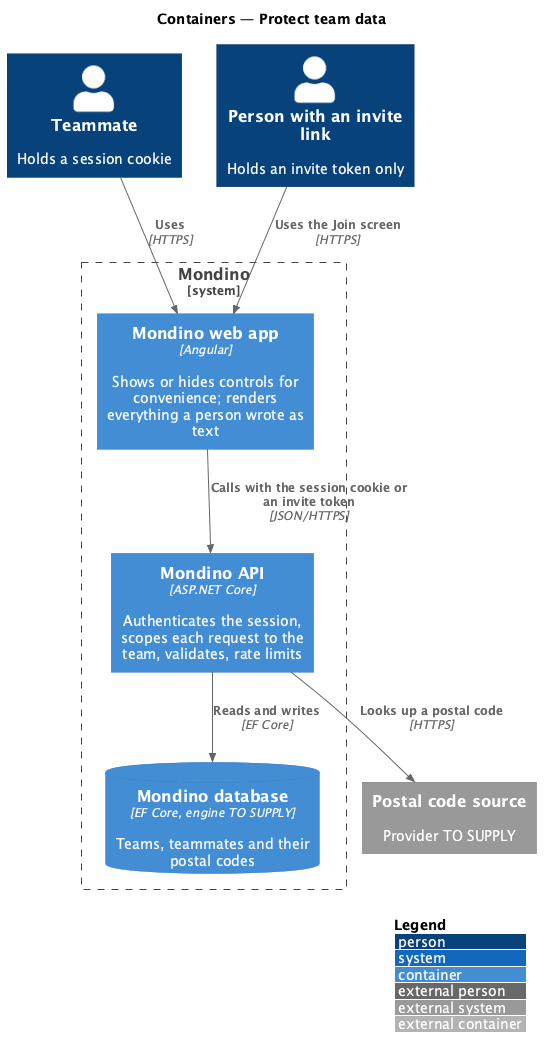
Before: docs/detailed-designs/platform/protect-team-data/diagrams/c4-container.png, a diagram exported from PlantUML (QuinntyneBrown/Mondino). Source of this version:
```plantuml
@startuml
!include <C4/C4_Container>
LAYOUT_WITH_LEGEND()
title Containers — Protect team data

Person(teammate, "Teammate", "Holds a session cookie")
Person(visitor, "Person with an invite link", "Holds an invite token only")

System_Boundary(mondino, "Mondino") {
  Container(spa, "Mondino web app", "Angular", "Shows or hides controls for convenience; renders everything a person wrote as text")
  Container(api, "Mondino API", "ASP.NET Core", "Authenticates the session, scopes each request to the team, validates, rate limits")
  ContainerDb(db, "Mondino database", "EF Core, engine TO SUPPLY", "Teams, teammates and their postal codes")
}

System_Ext(postal, "Postal code source", "Provider TO SUPPLY")
Rel(teammate, spa, "Uses", "HTTPS")
Rel(visitor, spa, "Uses the Join screen", "HTTPS")
Rel(spa, api, "Calls with the session cookie or an invite token", "JSON/HTTPS")
Rel(api, db, "Reads and writes", "EF Core")
Rel(api, postal, "Looks up a postal code", "HTTPS")
@enduml
```
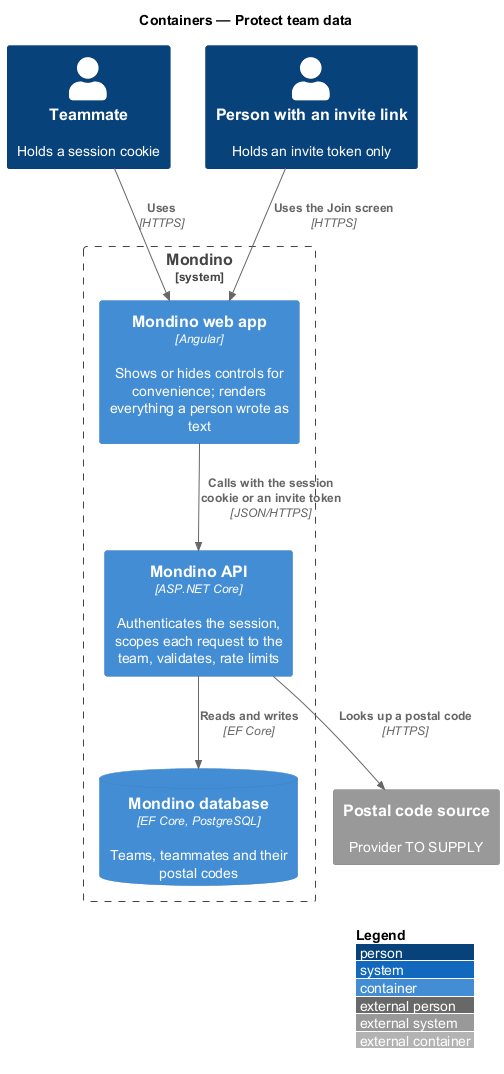
Later version of the same file.

What changed in the source:
```diff
@@ -9,7 +9,7 @@
 System_Boundary(mondino, "Mondino") {
   Container(spa, "Mondino web app", "Angular", "Shows or hides controls for convenience; renders everything a person wrote as text")
   Container(api, "Mondino API", "ASP.NET Core", "Authenticates the session, scopes each request to the team, validates, rate limits")
-  ContainerDb(db, "Mondino database", "EF Core, engine TO SUPPLY", "Teams, teammates and their postal codes")
+  ContainerDb(db, "Mondino database", "EF Core, PostgreSQL", "Teams, teammates and their postal codes")
 }
 
 System_Ext(postal, "Postal code source", "Provider TO SUPPLY")
```
